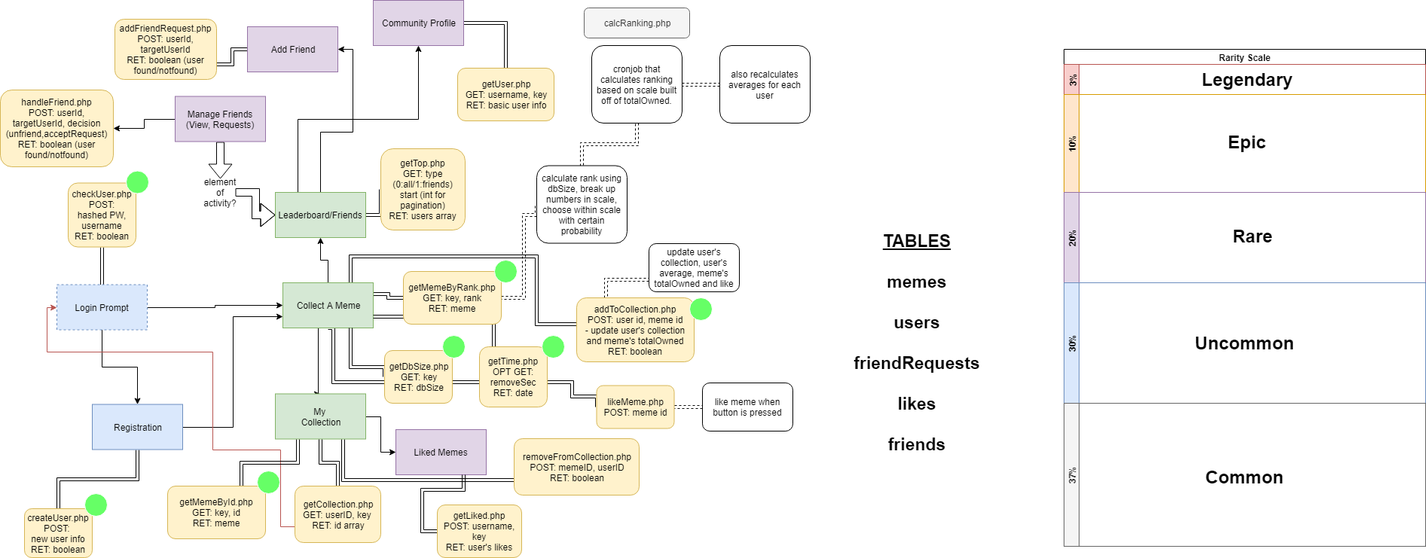
Before: CollectMemesBackend.png, a diagram exported from draw.io (cappycap/CollectMemes). Source tidied: cells renumbered, new cells last; positions are measured from the earlier drawing's top-left corner, leaving out a move shared by most shapes.
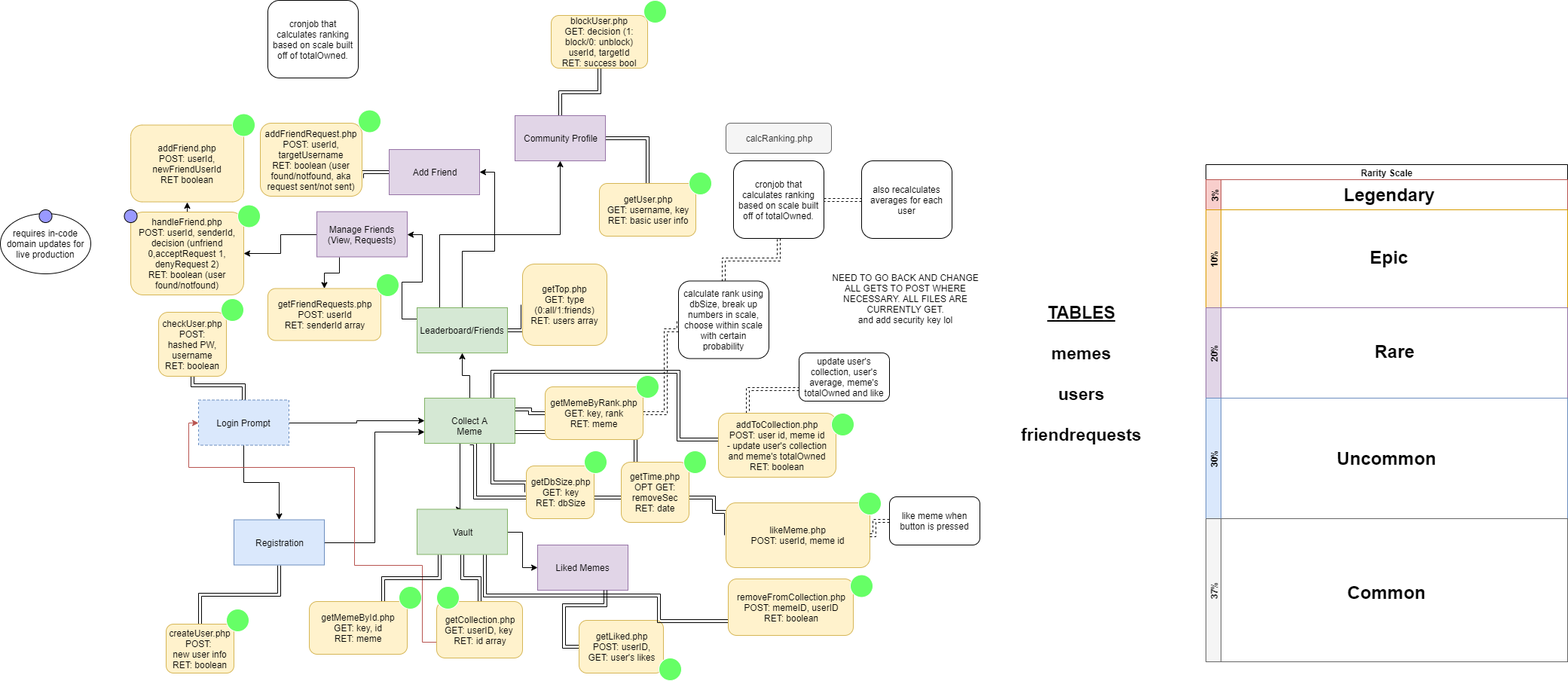
After the change.

Commit message:
New backend photo.

Diff of the diagram source:
```diff
@@ -62,7 +62,7 @@
     <mxCell id="15" style="edgeStyle=orthogonalEdgeStyle;rounded=0;jettySize=auto;html=1;" parent="1" edge="1" source="16" target="25">
       <mxGeometry relative="1" as="geometry" />
     </mxCell>
-    <mxCell id="16" value="My &lt;br&gt;Collection" style="rounded=0;whiteSpace=wrap;html=1;fillColor=#d5e8d4;strokeColor=#82b366;" parent="1" vertex="1">
+    <mxCell id="16" value="Vault" style="rounded=0;whiteSpace=wrap;html=1;fillColor=#d5e8d4;strokeColor=#82b366;" parent="1" vertex="1">
       <mxGeometry x="365" y="522.5" width="120" height="60" as="geometry" />
     </mxCell>
     <mxCell id="17" style="edgeStyle=orthogonalEdgeStyle;rounded=0;jettySize=auto;html=1;entryX=1;entryY=0.5;entryDx=0;entryDy=0;" parent="1" edge="1" source="20" target="22">
@@ -74,6 +74,9 @@
     <mxCell id="19" style="edgeStyle=orthogonalEdgeStyle;shape=link;rounded=0;jettySize=auto;html=1;entryX=0;entryY=0.5;entryDx=0;entryDy=0;" parent="1" edge="1" source="20" target="29">
       <mxGeometry relative="1" as="geometry" />
     </mxCell>
+    <mxCell id="83" style="edgeStyle=orthogonalEdgeStyle;rounded=0;jettySize=auto;html=1;exitX=0;exitY=0.25;exitDx=0;exitDy=0;entryX=1;entryY=0.5;entryDx=0;entryDy=0;" parent="1" edge="1" source="20" target="72">
+      <mxGeometry relative="1" as="geometry" />
+    </mxCell>
     <mxCell id="20" value="Leaderboard/Friends" style="rounded=0;whiteSpace=wrap;html=1;fillColor=#d5e8d4;strokeColor=#82b366;" parent="1" vertex="1">
       <mxGeometry x="365" y="255" width="120" height="60" as="geometry" />
     </mxCell>
@@ -81,11 +84,14 @@
       <mxGeometry relative="1" as="geometry" />
     </mxCell>
     <mxCell id="22" value="Add Friend" style="rounded=0;whiteSpace=wrap;html=1;fillColor=#e1d5e7;strokeColor=#9673a6;" parent="1" vertex="1">
-      <mxGeometry x="328" y="35" width="120" height="60" as="geometry" />
+      <mxGeometry x="328" y="45" width="120" height="60" as="geometry" />
     </mxCell>
     <mxCell id="23" style="edgeStyle=orthogonalEdgeStyle;shape=link;rounded=0;jettySize=auto;html=1;exitX=1;exitY=0.5;exitDx=0;exitDy=0;fontSize=23;" parent="1" edge="1" source="24" target="32">
       <mxGeometry relative="1" as="geometry" />
     </mxCell>
+    <mxCell id="84" style="edgeStyle=orthogonalEdgeStyle;rounded=0;jettySize=auto;html=1;exitX=0.5;exitY=0;exitDx=0;exitDy=0;entryX=0.5;entryY=1;entryDx=0;entryDy=0;shape=link;" parent="1" edge="1" source="24" target="100">
+      <mxGeometry relative="1" as="geometry" />
+    </mxCell>
     <mxCell id="24" value="Community Profile" style="rounded=0;whiteSpace=wrap;html=1;fillColor=#e1d5e7;strokeColor=#9673a6;" parent="1" vertex="1">
       <mxGeometry x="495" width="120" height="60" as="geometry" />
     </mxCell>
@@ -93,7 +99,7 @@
       <mxGeometry x="525" y="570" width="120" height="60" as="geometry" />
     </mxCell>
     <mxCell id="26" value="checkUser.php&lt;br&gt;POST:&lt;br&gt;hashed PW, username&lt;br&gt;RET: boolean" style="rounded=1;whiteSpace=wrap;html=1;fillColor=#fff2cc;strokeColor=#d6b656;" parent="1" vertex="1">
-      <mxGeometry x="90" y="242.5" width="90" height="85" as="geometry" />
+      <mxGeometry x="22" y="261" width="90" height="85" as="geometry" />
     </mxCell>
     <mxCell id="27" value="createUser.php&lt;br&gt;POST: &lt;br&gt;new user info&lt;br&gt;RET: boolean" style="rounded=1;whiteSpace=wrap;html=1;fillColor=#fff2cc;strokeColor=#d6b656;" parent="1" vertex="1">
       <mxGeometry x="32" y="675" width="90" height="65" as="geometry" />
@@ -106,14 +112,14 @@
         </Array>
       </mxGeometry>
     </mxCell>
-    <mxCell id="29" value="getTop.php&lt;br&gt;GET: type (0:all/1:friends)&lt;br&gt;start (int for pagination)&lt;br&gt;RET: users array" style="rounded=1;whiteSpace=wrap;html=1;fillColor=#fff2cc;strokeColor=#d6b656;" parent="1" vertex="1">
+    <mxCell id="29" value="getTop.php&lt;br&gt;GET: type (0:all/1:friends)&lt;br&gt;RET: users array" style="rounded=1;whiteSpace=wrap;html=1;fillColor=#fff2cc;strokeColor=#d6b656;" parent="1" vertex="1">
       <mxGeometry x="505" y="197" width="112" height="108" as="geometry" />
     </mxCell>
-    <mxCell id="30" value="addFriendRequest.php&lt;br&gt;POST: userId, targetUserId&lt;br&gt;RET: boolean (user found/notfound)" style="rounded=1;whiteSpace=wrap;html=1;fillColor=#fff2cc;strokeColor=#d6b656;" parent="1" vertex="1">
-      <mxGeometry x="152" y="25" width="135" height="80" as="geometry" />
+    <mxCell id="30" value="addFriendRequest.php&lt;br&gt;POST: userId, targetUsername&lt;br&gt;RET: boolean (user found/notfound, aka request sent/not sent)" style="rounded=1;whiteSpace=wrap;html=1;fillColor=#fff2cc;strokeColor=#d6b656;" parent="1" vertex="1">
+      <mxGeometry x="157" y="10" width="135" height="97" as="geometry" />
     </mxCell>
-    <mxCell id="31" value="&lt;b&gt;&lt;u&gt;TABLES&lt;/u&gt;&lt;br&gt;&lt;br&gt;memes&lt;br&gt;&lt;br&gt;users&lt;br&gt;&lt;br&gt;friendRequests&lt;br&gt;&lt;br&gt;likes&lt;br&gt;&lt;br&gt;friends&lt;br&gt;&lt;br&gt;&lt;br&gt;&lt;/b&gt;" style="text;html=1;strokeColor=none;fillColor=none;align=center;verticalAlign=middle;whiteSpace=wrap;rounded=0;dashed=1;fontSize=23;" parent="1" vertex="1">
-      <mxGeometry x="1112" y="226.5" width="210" height="510" as="geometry" />
+    <mxCell id="31" value="&lt;b&gt;&lt;u&gt;TABLES&lt;/u&gt;&lt;br&gt;&lt;br&gt;memes&lt;br&gt;&lt;br&gt;users&lt;br&gt;&lt;br&gt;friendrequests&lt;br&gt;&lt;br&gt;&lt;br&gt;&lt;/b&gt;" style="text;html=1;strokeColor=none;fillColor=none;align=center;verticalAlign=middle;whiteSpace=wrap;rounded=0;dashed=1;fontSize=23;" parent="1" vertex="1">
+      <mxGeometry x="1142" y="114.5" width="210" height="510" as="geometry" />
     </mxCell>
     <mxCell id="32" value="getUser.php&lt;br&gt;GET: username, key&lt;br&gt;RET: basic user info" style="rounded=1;whiteSpace=wrap;html=1;fillColor=#fff2cc;strokeColor=#d6b656;" parent="1" vertex="1">
       <mxGeometry x="607" y="90" width="128" height="70" as="geometry" />
@@ -139,7 +145,7 @@
     <mxCell id="36" style="edgeStyle=orthogonalEdgeStyle;shape=link;rounded=0;jettySize=auto;html=1;exitX=0;exitY=0.5;exitDx=0;exitDy=0;entryX=0.75;entryY=1;entryDx=0;entryDy=0;fontSize=23;" parent="1" edge="1" source="37" target="25">
       <mxGeometry relative="1" as="geometry" />
     </mxCell>
-    <mxCell id="37" value="getLiked.php&lt;br&gt;POST: username, key&lt;br&gt;RET: user's likes" style="rounded=1;whiteSpace=wrap;html=1;fillColor=#fff2cc;strokeColor=#d6b656;" parent="1" vertex="1">
+    <mxCell id="37" value="getLiked.php&lt;br&gt;POST: userID,&lt;br&gt;GET: user's likes" style="rounded=1;whiteSpace=wrap;html=1;fillColor=#fff2cc;strokeColor=#d6b656;" parent="1" vertex="1">
       <mxGeometry x="580" y="670" width="112" height="70" as="geometry" />
     </mxCell>
     <mxCell id="38" style="edgeStyle=orthogonalEdgeStyle;shape=link;rounded=0;jettySize=auto;html=1;exitX=0.5;exitY=0;exitDx=0;exitDy=0;entryX=0.5;entryY=1;entryDx=0;entryDy=0;dashed=1;" parent="1" edge="1" source="39" target="54">
@@ -173,7 +179,7 @@
       <mxGeometry x="510" y="465" width="90" height="70" as="geometry" />
     </mxCell>
     <mxCell id="45" style="ellipse;whiteSpace=wrap;html=1;fillColor=#66FF66;strokeColor=#FFFFFF;" parent="1" vertex="1">
-      <mxGeometry x="167" y="226.5" width="30" height="30" as="geometry" />
+      <mxGeometry x="105" y="243" width="30" height="30" as="geometry" />
     </mxCell>
     <mxCell id="46" style="ellipse;whiteSpace=wrap;html=1;fillColor=#66FF66;strokeColor=#FFFFFF;" parent="1" vertex="1">
       <mxGeometry x="719" y="445" width="30" height="30" as="geometry" />
@@ -203,7 +209,7 @@
       <mxGeometry x="785" y="60" width="120" height="103" as="geometry" />
     </mxCell>
     <mxCell id="55" value="update user's collection, user's average, meme's totalOwned and like" style="rounded=1;whiteSpace=wrap;html=1;" parent="1" vertex="1">
-      <mxGeometry x="861" y="323" width="120" height="64" as="geometry" />
+      <mxGeometry x="872" y="315" width="120" height="64" as="geometry" />
     </mxCell>
     <mxCell id="56" style="edgeStyle=orthogonalEdgeStyle;rounded=0;jettySize=auto;html=1;exitX=0.75;exitY=0;exitDx=0;exitDy=0;entryX=0.25;entryY=1;entryDx=0;entryDy=0;shape=link;" parent="1" edge="1" source="57" target="16">
       <mxGeometry relative="1" as="geometry" />
@@ -250,34 +256,29 @@
     <mxCell id="70" style="edgeStyle=orthogonalEdgeStyle;rounded=0;jettySize=auto;html=1;exitX=0;exitY=0.5;exitDx=0;exitDy=0;entryX=1;entryY=0.5;entryDx=0;entryDy=0;" parent="1" edge="1" source="72" target="73">
       <mxGeometry relative="1" as="geometry" />
     </mxCell>
-    <mxCell id="71" style="edgeStyle=orthogonalEdgeStyle;shape=flexArrow;rounded=0;jettySize=auto;html=1;exitX=0.5;exitY=1;exitDx=0;exitDy=0;" parent="1" edge="1" source="72">
-      <mxGeometry relative="1" as="geometry">
-        <mxPoint x="292" y="237" as="targetPoint" />
-      </mxGeometry>
-    </mxCell>
+    <mxCell id="85" style="edgeStyle=orthogonalEdgeStyle;rounded=0;jettySize=auto;html=1;exitX=0.25;exitY=1;exitDx=0;exitDy=0;" parent="1" edge="1" source="72" target="93">
+      <mxGeometry relative="1" as="geometry" />
+    </mxCell>
     <mxCell id="72" value="Manage Friends (View, Requests)" style="rounded=0;whiteSpace=wrap;html=1;fillColor=#e1d5e7;strokeColor=#9673a6;" parent="1" vertex="1">
       <mxGeometry x="232" y="127.5" width="120" height="60" as="geometry" />
     </mxCell>
+    <mxCell id="86" style="edgeStyle=orthogonalEdgeStyle;rounded=0;jettySize=auto;html=1;exitX=0.5;exitY=0;exitDx=0;exitDy=0;entryX=0.5;entryY=1;entryDx=0;entryDy=0;" parent="1" edge="1" source="73" target="92">
+      <mxGeometry relative="1" as="geometry" />
+    </mxCell>
-    <mxCell id="73" value="handleFriend.php&lt;br&gt;POST: userId, targetUserId, decision (unfriend,acceptRequest)&lt;br&gt;RET: boolean (user found/notfound)" style="rounded=1;whiteSpace=wrap;html=1;fillColor=#fff2cc;strokeColor=#d6b656;" parent="1" vertex="1">
-      <mxGeometry y="119" width="150" height="102" as="geometry" />
+    <mxCell id="73" value="handleFriend.php&lt;br&gt;POST: userId, senderId, decision (unfriend 0,acceptRequest 1, denyRequest 2)&lt;br&gt;RET: boolean (user found/notfound)" style="rounded=1;whiteSpace=wrap;html=1;fillColor=#fff2cc;strokeColor=#d6b656;" parent="1" vertex="1">
+      <mxGeometry x="-15" y="128" width="150" height="110" as="geometry" />
     </mxCell>
-    <mxCell id="74" style="edgeStyle=orthogonalEdgeStyle;shape=flexArrow;rounded=0;jettySize=auto;html=1;entryX=0;entryY=0.5;entryDx=0;entryDy=0;" parent="1" edge="1" source="75" target="20">
-      <mxGeometry relative="1" as="geometry" />
-    </mxCell>
-    <mxCell id="75" value="element of activity?" style="text;html=1;strokeColor=none;fillColor=none;align=center;verticalAlign=middle;whiteSpace=wrap;rounded=0;" parent="1" vertex="1">
-      <mxGeometry x="272" y="245" width="40" height="20" as="geometry" />
-    </mxCell>
     <mxCell id="76" value="also recalculates averages for each user" style="rounded=1;whiteSpace=wrap;html=1;" parent="1" vertex="1">
       <mxGeometry x="955" y="60" width="120" height="103" as="geometry" />
     </mxCell>
-    <mxCell id="77" value="likeMeme.php&lt;br&gt;POST: meme id" style="rounded=1;whiteSpace=wrap;html=1;fillColor=#fff2cc;strokeColor=#d6b656;" parent="1" vertex="1">
-      <mxGeometry x="791.5" y="511.5" width="103" height="57" as="geometry" />
+    <mxCell id="77" value="likeMeme.php&lt;br&gt;POST: userId, meme id" style="rounded=1;whiteSpace=wrap;html=1;fillColor=#fff2cc;strokeColor=#d6b656;" parent="1" vertex="1">
+      <mxGeometry x="775" y="514" width="191" height="86" as="geometry" />
     </mxCell>
     <mxCell id="78" style="edgeStyle=orthogonalEdgeStyle;shape=link;rounded=0;jettySize=auto;html=1;entryX=1;entryY=0.5;entryDx=0;entryDy=0;dashed=1;" parent="1" edge="1" source="79" target="77">
       <mxGeometry relative="1" as="geometry" />
     </mxCell>
     <mxCell id="79" value="like meme when button is pressed" style="rounded=1;whiteSpace=wrap;html=1;" parent="1" vertex="1">
-      <mxGeometry x="932" y="508" width="120" height="64" as="geometry" />
+      <mxGeometry x="992" y="506" width="120" height="64" as="geometry" />
     </mxCell>
     <mxCell id="80" style="ellipse;whiteSpace=wrap;html=1;fillColor=#66FF66;strokeColor=#FFFFFF;" parent="1" vertex="1">
       <mxGeometry x="915" y="395" width="30" height="30" as="geometry" />
@@ -291,7 +292,61 @@
       </mxGeometry>
     </mxCell>
     <mxCell id="82" value="removeFromCollection.php&lt;br&gt;POST: memeID, userID&lt;br&gt;RET: boolean" style="rounded=1;whiteSpace=wrap;html=1;fillColor=#fff2cc;strokeColor=#d6b656;" parent="1" vertex="1">
-      <mxGeometry x="682" y="582" width="166" height="75" as="geometry" />
+      <mxGeometry x="778" y="615" width="166" height="75" as="geometry" />
     </mxCell>
+    <mxCell id="87" style="ellipse;whiteSpace=wrap;html=1;fillColor=#66FF66;strokeColor=#FFFFFF;" parent="1" vertex="1">
+      <mxGeometry x="726" y="75" width="30" height="30" as="geometry" />
+    </mxCell>
+    <mxCell id="88" value="NEED TO GO BACK AND CHANGE ALL GETS TO POST WHERE NECESSARY. ALL FILES ARE CURRENTLY GET.&lt;br&gt;and add security key lol" style="text;html=1;strokeColor=none;fillColor=none;align=center;verticalAlign=middle;whiteSpace=wrap;rounded=0;" parent="1" vertex="1">
+      <mxGeometry x="915" y="233" width="197" height="20" as="geometry" />
+    </mxCell>
+    <mxCell id="89" style="ellipse;whiteSpace=wrap;html=1;fillColor=#66FF66;strokeColor=#FFFFFF;" parent="1" vertex="1">
+      <mxGeometry x="951" y="500" width="30" height="30" as="geometry" />
+    </mxCell>
+    <mxCell id="90" style="ellipse;whiteSpace=wrap;html=1;fillColor=#66FF66;strokeColor=#FFFFFF;" parent="1" vertex="1">
+      <mxGeometry x="391" y="625" width="30" height="30" as="geometry" />
+    </mxCell>
+    <mxCell id="91" style="ellipse;whiteSpace=wrap;html=1;fillColor=#66FF66;strokeColor=#FFFFFF;" parent="1" vertex="1">
+      <mxGeometry x="686" y="720" width="30" height="30" as="geometry" />
+    </mxCell>
+    <mxCell id="92" value="addFriend.php&lt;br&gt;POST: userId, newFriendUserId&lt;br&gt;RET boolean" style="rounded=1;whiteSpace=wrap;html=1;fillColor=#fff2cc;strokeColor=#d6b656;" parent="1" vertex="1">
+      <mxGeometry x="-15" y="12.5" width="150" height="102" as="geometry" />
+    </mxCell>
+    <mxCell id="93" value="getFriendRequests.php&lt;br&gt;POST: userId&lt;br&gt;RET: senderId array" style="rounded=1;whiteSpace=wrap;html=1;fillColor=#fff2cc;strokeColor=#d6b656;" parent="1" vertex="1">
+      <mxGeometry x="167" y="229.5" width="150" height="69" as="geometry" />
+    </mxCell>
+    <mxCell id="94" value="cronjob that calculates ranking based on scale built off of totalOwned." style="rounded=1;whiteSpace=wrap;html=1;" parent="1" vertex="1">
+      <mxGeometry x="167" y="-153" width="120" height="103" as="geometry" />
+    </mxCell>
+    <mxCell id="95" value="requires in-code domain updates for live production" style="ellipse;whiteSpace=wrap;html=1;" parent="1" vertex="1">
+      <mxGeometry x="-188" y="130" width="120" height="80" as="geometry" />
+    </mxCell>
+    <mxCell id="96" style="ellipse;whiteSpace=wrap;html=1;fillColor=#9999FF;" parent="1" vertex="1">
+      <mxGeometry x="-136.5" y="125" width="17" height="17" as="geometry" />
+    </mxCell>
+    <mxCell id="97" style="ellipse;whiteSpace=wrap;html=1;fillColor=#9999FF;" parent="1" vertex="1">
+      <mxGeometry x="-23.5" y="125" width="17" height="17" as="geometry" />
+    </mxCell>
+    <mxCell id="98" style="ellipse;whiteSpace=wrap;html=1;fillColor=#66FF66;strokeColor=#FFFFFF;" parent="1" vertex="1">
+      <mxGeometry x="127" y="118.5" width="30" height="30" as="geometry" />
+    </mxCell>
+    <mxCell id="99" style="ellipse;whiteSpace=wrap;html=1;fillColor=#66FF66;strokeColor=#FFFFFF;" parent="1" vertex="1">
+      <mxGeometry x="120" y="-2.5" width="30" height="30" as="geometry" />
+    </mxCell>
+    <mxCell id="100" value="blockUser.php&lt;br&gt;GET: decision (1: block/0: unblock) userId, targetId&lt;br&gt;RET: success bool" style="rounded=1;whiteSpace=wrap;html=1;fillColor=#fff2cc;strokeColor=#d6b656;" parent="1" vertex="1">
+      <mxGeometry x="543" y="-133" width="128" height="70" as="geometry" />
+    </mxCell>
+    <mxCell id="101" style="ellipse;whiteSpace=wrap;html=1;fillColor=#66FF66;strokeColor=#FFFFFF;" parent="1" vertex="1">
+      <mxGeometry x="287" y="-7.5" width="30" height="30" as="geometry" />
+    </mxCell>
+    <mxCell id="102" style="ellipse;whiteSpace=wrap;html=1;fillColor=#66FF66;strokeColor=#FFFFFF;" parent="1" vertex="1">
+      <mxGeometry x="311" y="210" width="30" height="30" as="geometry" />
+    </mxCell>
+    <mxCell id="103" style="ellipse;whiteSpace=wrap;html=1;fillColor=#66FF66;strokeColor=#FFFFFF;" parent="1" vertex="1">
+      <mxGeometry x="940" y="609.5" width="30" height="30" as="geometry" />
+    </mxCell>
+    <mxCell id="104" style="ellipse;whiteSpace=wrap;html=1;fillColor=#66FF66;strokeColor=#FFFFFF;" parent="1" vertex="1">
+      <mxGeometry x="666" y="-153" width="30" height="30" as="geometry" />
+    </mxCell>
   </root>
 </mxGraphModel>
```
